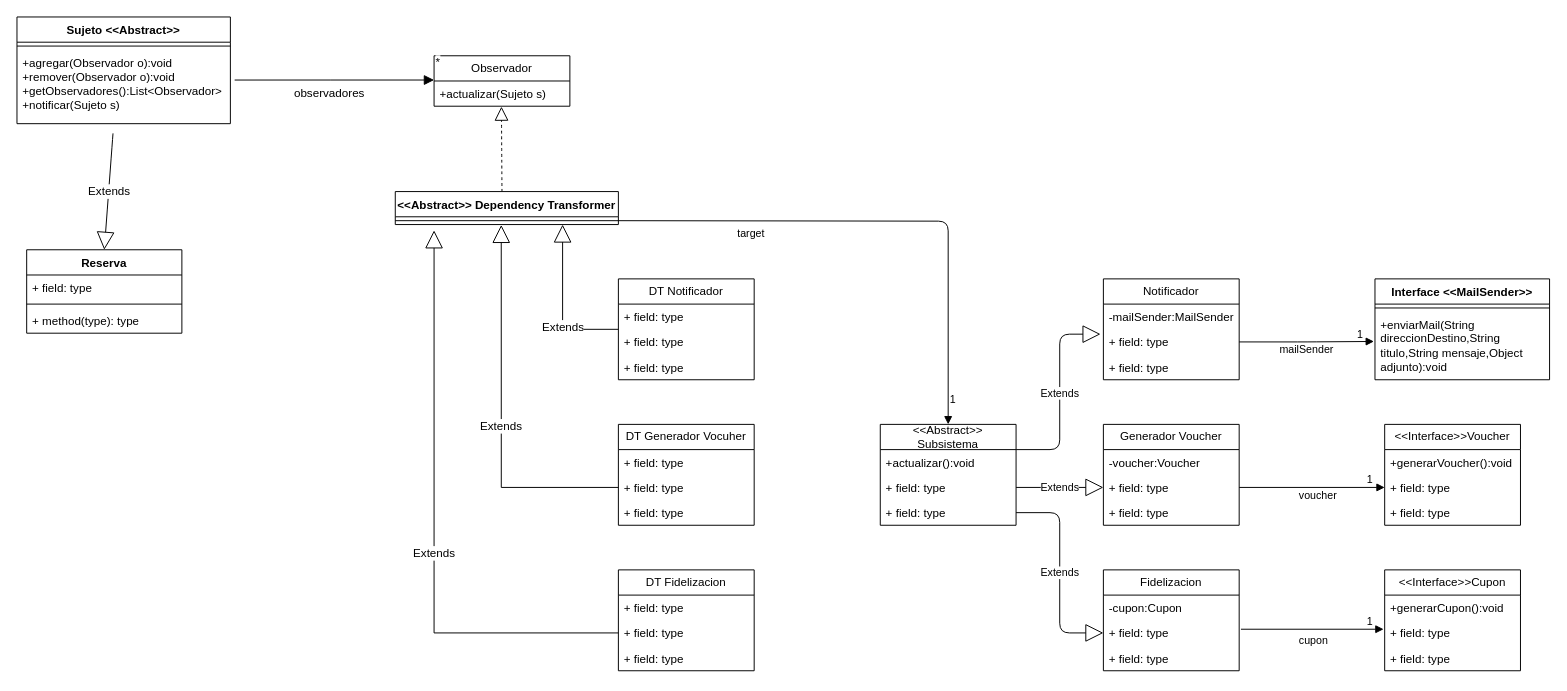
Above: UML/2.5 notificaciones de la reserva.drawio in MartinianoOliveto/po2-integrador (draw.io), before the change. Source tidied: cells renumbered, new cells numbered last; positions are measured from the earlier drawing's top-left corner, leaving out a move shared by most shapes. Both pictures are drawn from the tidied source at 97%, with x=0, y=0 at pixel (16, 16).
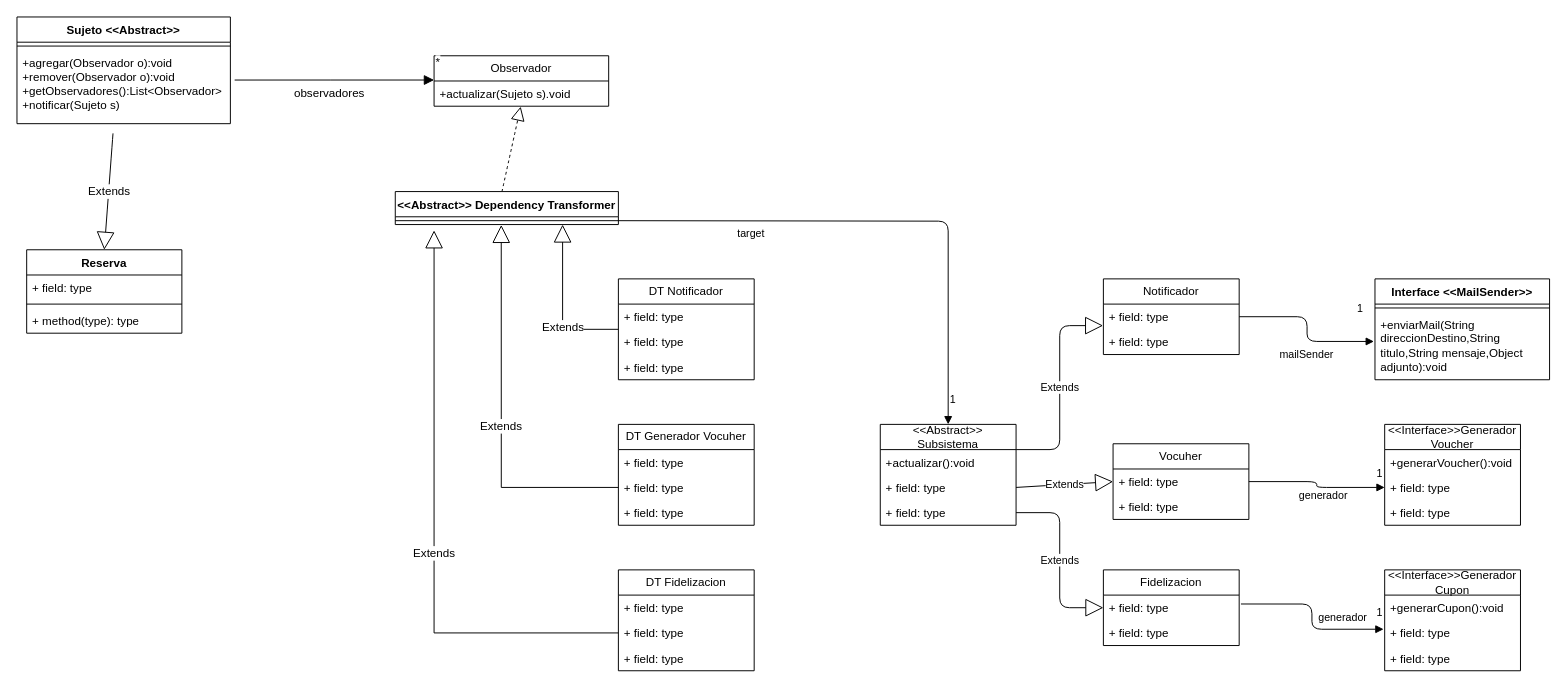
After the change.

The change refers to these unchanged cells:
```xml
<mxCell id="44" value="+enviarMail(String direccionDestino,String titulo,String mensaje,Object adjunto):void" style="text;strokeColor=none;fillColor=none;align=left;verticalAlign=top;spacingLeft=4;spacingRight=4;overflow=hidden;points=[[0,0.5],[1,0.5]];portConstraint=eastwest;whiteSpace=wrap;html=1;" parent="42" vertex="1">
  <mxGeometry y="34" width="180" height="70" as="geometry" />
</mxCell>
<mxCell id="47" value="+ field: type" style="text;strokeColor=none;fillColor=none;align=left;verticalAlign=top;spacingLeft=4;spacingRight=4;overflow=hidden;points=[[0,0.5],[1,0.5]];portConstraint=eastwest;whiteSpace=wrap;html=1;" parent="45" vertex="1">
  <mxGeometry y="52" width="140" height="26" as="geometry" />
</mxCell>
<mxCell id="51" value="+ field: type" style="text;strokeColor=none;fillColor=none;align=left;verticalAlign=top;spacingLeft=4;spacingRight=4;overflow=hidden;points=[[0,0.5],[1,0.5]];portConstraint=eastwest;whiteSpace=wrap;html=1;" parent="49" vertex="1">
  <mxGeometry y="52" width="140" height="26" as="geometry" />
</mxCell>
<mxCell id="53" value="&amp;lt;&amp;lt;Abstract&amp;gt;&amp;gt; Subsistema" style="swimlane;fontStyle=0;horizontal=1;startSize=26;fillColor=none;whiteSpace=wrap;html=1;" parent="1" vertex="1">
  <mxGeometry x="890" y="420" width="140" height="104" as="geometry" />
</mxCell>
```

What changed in the source:
```diff
@@
     <mxCell id="10" value="Observador" style="swimlane;fontStyle=0;horizontal=1;startSize=26;fillColor=none;whiteSpace=wrap;html=1;" parent="1" vertex="1">
-      <mxGeometry x="430" y="40" width="140" height="52" as="geometry" />
+      <mxGeometry x="430" y="40" width="180" height="52" as="geometry" />
     </mxCell>
-    <mxCell id="11" value="+actualizar(Sujeto s)" style="text;strokeColor=none;fillColor=none;align=left;verticalAlign=top;spacingLeft=4;spacingRight=4;overflow=hidden;points=[[0,0.5],[1,0.5]];portConstraint=eastwest;whiteSpace=wrap;html=1;" parent="10" vertex="1">
-      <mxGeometry y="26" width="140" height="26" as="geometry" />
+    <mxCell id="11" value="+actualizar(Sujeto s).void" style="text;strokeColor=none;fillColor=none;align=left;verticalAlign=top;spacingLeft=4;spacingRight=4;overflow=hidden;points=[[0,0.5],[1,0.5]];portConstraint=eastwest;whiteSpace=wrap;html=1;" parent="10" vertex="1">
+      <mxGeometry y="26" width="180" height="26" as="geometry" />
     </mxCell>
@@
     <mxCell id="30" value="Notificador" style="swimlane;fontStyle=0;horizontal=1;startSize=26;fillColor=none;whiteSpace=wrap;html=1;" parent="1" vertex="1">
-      <mxGeometry x="1120" y="270" width="140" height="104" as="geometry" />
+      <mxGeometry x="1120" y="270" width="140" height="78" as="geometry" />
     </mxCell>
-    <mxCell id="31" value="-mailSender:MailSender" style="text;strokeColor=none;fillColor=none;align=left;verticalAlign=top;spacingLeft=4;spacingRight=4;overflow=hidden;points=[[0,0.5],[1,0.5]];portConstraint=eastwest;whiteSpace=wrap;html=1;" parent="30" vertex="1">
-      <mxGeometry y="26" width="140" height="26" as="geometry" />
-    </mxCell>
     <mxCell id="32" value="+ field: type" style="text;strokeColor=none;fillColor=none;align=left;verticalAlign=top;spacingLeft=4;spacingRight=4;overflow=hidden;points=[[0,0.5],[1,0.5]];portConstraint=eastwest;whiteSpace=wrap;html=1;" parent="30" vertex="1">
-      <mxGeometry y="52" width="140" height="26" as="geometry" />
+      <mxGeometry y="26" width="140" height="26" as="geometry" />
     </mxCell>
     <mxCell id="33" value="+ field: type" style="text;strokeColor=none;fillColor=none;align=left;verticalAlign=top;spacingLeft=4;spacingRight=4;overflow=hidden;whiteSpace=wrap;html=1;" parent="30" vertex="1">
-      <mxGeometry y="78" width="140" height="26" as="geometry" />
+      <mxGeometry y="52" width="140" height="26" as="geometry" />
     </mxCell>
-    <mxCell id="34" value="Generador Voucher" style="swimlane;fontStyle=0;horizontal=1;startSize=26;fillColor=none;whiteSpace=wrap;html=1;" parent="1" vertex="1">
-      <mxGeometry x="1120" y="420" width="140" height="104" as="geometry" />
+    <mxCell id="34" value="Vocuher" style="swimlane;fontStyle=0;horizontal=1;startSize=26;fillColor=none;whiteSpace=wrap;html=1;" parent="1" vertex="1">
+      <mxGeometry x="1130" y="440" width="140" height="78" as="geometry" />
     </mxCell>
-    <mxCell id="35" value="-voucher:Voucher" style="text;strokeColor=none;fillColor=none;align=left;verticalAlign=top;spacingLeft=4;spacingRight=4;overflow=hidden;whiteSpace=wrap;html=1;" parent="34" vertex="1">
-      <mxGeometry y="26" width="140" height="26" as="geometry" />
-    </mxCell>
     <mxCell id="36" value="+ field: type" style="text;strokeColor=none;fillColor=none;align=left;verticalAlign=top;spacingLeft=4;spacingRight=4;overflow=hidden;points=[[0,0.5],[1,0.5]];portConstraint=eastwest;whiteSpace=wrap;html=1;" parent="34" vertex="1">
-      <mxGeometry y="52" width="140" height="26" as="geometry" />
+      <mxGeometry y="26" width="140" height="26" as="geometry" />
     </mxCell>
     <mxCell id="37" value="+ field: type" style="text;strokeColor=none;fillColor=none;align=left;verticalAlign=top;spacingLeft=4;spacingRight=4;overflow=hidden;whiteSpace=wrap;html=1;" parent="34" vertex="1">
-      <mxGeometry y="78" width="140" height="26" as="geometry" />
+      <mxGeometry y="52" width="140" height="26" as="geometry" />
     </mxCell>
     <mxCell id="38" value="Fidelizacion" style="swimlane;fontStyle=0;horizontal=1;startSize=26;fillColor=none;whiteSpace=wrap;html=1;" parent="1" vertex="1">
-      <mxGeometry x="1120" y="570" width="140" height="104" as="geometry" />
+      <mxGeometry x="1120" y="570" width="140" height="78" as="geometry" />
     </mxCell>
-    <mxCell id="39" value="-cupon:Cupon" style="text;strokeColor=none;fillColor=none;align=left;verticalAlign=top;spacingLeft=4;spacingRight=4;overflow=hidden;whiteSpace=wrap;html=1;" parent="38" vertex="1">
-      <mxGeometry y="26" width="140" height="26" as="geometry" />
-    </mxCell>
     <mxCell id="40" value="+ field: type" style="text;strokeColor=none;fillColor=none;align=left;verticalAlign=top;spacingLeft=4;spacingRight=4;overflow=hidden;points=[[0,0.5],[1,0.5]];portConstraint=eastwest;whiteSpace=wrap;html=1;" parent="38" vertex="1">
-      <mxGeometry y="52" width="140" height="26" as="geometry" />
+      <mxGeometry y="26" width="140" height="26" as="geometry" />
     </mxCell>
     <mxCell id="41" value="+ field: type" style="text;strokeColor=none;fillColor=none;align=left;verticalAlign=top;spacingLeft=4;spacingRight=4;overflow=hidden;whiteSpace=wrap;html=1;" parent="38" vertex="1">
-      <mxGeometry y="78" width="140" height="26" as="geometry" />
+      <mxGeometry y="52" width="140" height="26" as="geometry" />
     </mxCell>
@@
-    <mxCell id="45" value="&amp;lt;&amp;lt;Interface&amp;gt;&amp;gt;Voucher" style="swimlane;fontStyle=0;horizontal=1;startSize=26;fillColor=none;whiteSpace=wrap;html=1;" parent="1" vertex="1">
+    <mxCell id="45" value="&amp;lt;&amp;lt;Interface&amp;gt;&amp;gt;Generador Voucher" style="swimlane;fontStyle=0;horizontal=1;startSize=26;fillColor=none;whiteSpace=wrap;html=1;" parent="1" vertex="1">
       <mxGeometry x="1410" y="420" width="140" height="104" as="geometry" />
     </mxCell>
@@
-    <mxCell id="49" value="&amp;lt;&amp;lt;Interface&amp;gt;&amp;gt;Cupon" style="swimlane;fontStyle=0;horizontal=1;startSize=26;fillColor=none;whiteSpace=wrap;html=1;" parent="1" vertex="1">
+    <mxCell id="49" value="&amp;lt;&amp;lt;Interface&amp;gt;&amp;gt;Generador Cupon" style="swimlane;fontStyle=0;horizontal=1;startSize=26;fillColor=none;whiteSpace=wrap;html=1;" parent="1" vertex="1">
       <mxGeometry x="1410" y="570" width="140" height="104" as="geometry" />
     </mxCell>
@@
-    <mxCell id="57" value="Extends" style="endArrow=block;endSize=16;endFill=0;html=1;exitX=1;exitY=0.25;exitDx=0;exitDy=0;entryX=-0.021;entryY=1.192;entryDx=0;entryDy=0;entryPerimeter=0;edgeStyle=orthogonalEdgeStyle;" parent="1" edge="1" source="53" target="31">
+    <mxCell id="57" value="Extends" style="endArrow=block;endSize=16;endFill=0;html=1;exitX=1;exitY=0.25;exitDx=0;exitDy=0;edgeStyle=orthogonalEdgeStyle;entryX=-0.002;entryY=0.853;entryDx=0;entryDy=0;entryPerimeter=0;" parent="1" edge="1" source="53" target="32">
       <mxGeometry relative="1" as="geometry" />
     </mxCell>
@@
-    <mxCell id="62" value="voucher" style="endArrow=block;endFill=1;html=1;edgeStyle=orthogonalEdgeStyle;align=left;verticalAlign=top;exitX=1;exitY=0.5;exitDx=0;exitDy=0;entryX=0;entryY=0.5;entryDx=0;entryDy=0;" parent="1" edge="1" source="36" target="47">
-      <mxGeometry x="-0.2" y="5" relative="1" as="geometry" />
+    <mxCell id="62" value="generador" style="endArrow=block;endFill=1;html=1;edgeStyle=orthogonalEdgeStyle;align=left;verticalAlign=top;exitX=1;exitY=0.5;exitDx=0;exitDy=0;entryX=0;entryY=0.5;entryDx=0;entryDy=0;" parent="1" edge="1" source="36" target="47">
+      <mxGeometry x="-0.32" y="-1" relative="1" as="geometry" />
     </mxCell>
@@
-    <mxCell id="64" value="cupon" style="endArrow=block;endFill=1;html=1;edgeStyle=orthogonalEdgeStyle;align=left;verticalAlign=top;exitX=1.013;exitY=0.353;exitDx=0;exitDy=0;exitPerimeter=0;entryX=-0.008;entryY=0.353;entryDx=0;entryDy=0;entryPerimeter=0;" parent="1" edge="1" source="40" target="51">
-      <mxGeometry x="-0.21" y="1" relative="1" as="geometry" />
+    <mxCell id="64" value="generador" style="endArrow=block;endFill=1;html=1;edgeStyle=orthogonalEdgeStyle;align=left;verticalAlign=top;exitX=1.013;exitY=0.353;exitDx=0;exitDy=0;exitPerimeter=0;entryX=-0.008;entryY=0.353;entryDx=0;entryDy=0;entryPerimeter=0;" parent="1" edge="1" source="40" target="51">
+      <mxGeometry x="-0.15" y="5" relative="1" as="geometry" />
     </mxCell>
     <mxCell id="65" value="1" style="edgeLabel;html=1;align=left;verticalAlign=bottom;" parent="64" vertex="1">
       <mxGeometry x="-1" relative="1" as="geometry">
-        <mxPoint x="128" as="offset" />
+        <mxPoint x="138" y="17" as="offset" />
       </mxGeometry>
     </mxCell>
     <mxCell id="66" value="mailSender" style="endArrow=block;endFill=1;html=1;edgeStyle=orthogonalEdgeStyle;align=left;verticalAlign=top;exitX=1;exitY=0.5;exitDx=0;exitDy=0;entryX=-0.006;entryY=0.436;entryDx=0;entryDy=0;entryPerimeter=0;" parent="1" edge="1" source="32" target="44">
-      <mxGeometry x="-0.43" y="5" relative="1" as="geometry" />
+      <mxGeometry x="-0.51" y="-26" relative="1" as="geometry" />
     </mxCell>
```
